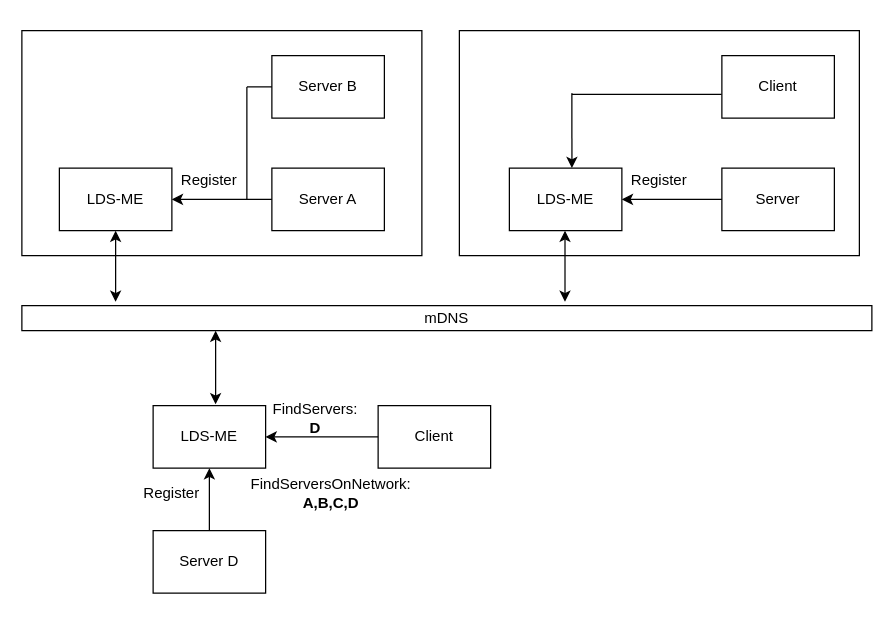
Above: SingleMulticastSubnet.drawio in RakshanPremsagar/Thesis (draw.io), before the change. Source tidied: cells renumbered, new cells numbered last; positions are measured from the earlier drawing's top-left corner, leaving out a move shared by most shapes. Both pictures are drawn from the tidied source at 125%, with x=0, y=0 at pixel (21, 30).
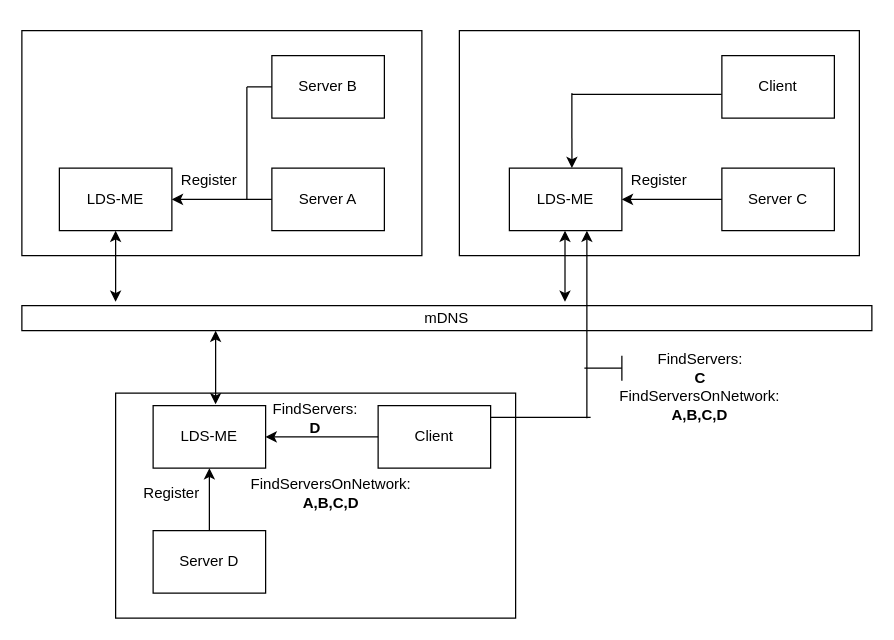
After the change.

Change to the diagram source:
```diff
@@
+    <mxCell id="32" style="rounded=0;whiteSpace=wrap;html=1;" parent="1" vertex="1">
+      <mxGeometry x="75" y="290" width="320" height="180" as="geometry" />
+    </mxCell>
@@
-    <mxCell id="9" value="Server" style="rounded=0;whiteSpace=wrap;html=1;" parent="1" vertex="1">
+    <mxCell id="9" value="Server C" style="rounded=0;whiteSpace=wrap;html=1;" parent="1" vertex="1">
       <mxGeometry x="560" y="110" width="90" height="50" as="geometry" />
     </mxCell>
@@
+    <mxCell id="33" style="endArrow=classic;html=1;" parent="1" edge="1">
+      <mxGeometry relative="1" as="geometry">
+        <mxPoint x="452" y="310" as="sourcePoint" />
+        <mxPoint x="452" y="160" as="targetPoint" />
+      </mxGeometry>
+    </mxCell>
+    <mxCell id="34" style="endArrow=none;html=1;" parent="1" edge="1">
+      <mxGeometry relative="1" as="geometry">
+        <mxPoint x="375" y="309.4" as="sourcePoint" />
+        <mxPoint x="455" y="309.4" as="targetPoint" />
+      </mxGeometry>
+    </mxCell>
+    <mxCell id="35" value="FindServers: &lt;b&gt;C&lt;/b&gt;" style="text;html=1;strokeColor=none;fillColor=none;align=center;verticalAlign=middle;whiteSpace=wrap;rounded=0;" parent="1" vertex="1">
+      <mxGeometry x="517.5" y="260" width="50" height="20" as="geometry" />
+    </mxCell>
+    <mxCell id="36" value="FindServersOnNetwork:&lt;br&gt;&lt;b&gt;A,B,C,D&lt;/b&gt;" style="text;html=1;strokeColor=none;fillColor=none;align=center;verticalAlign=middle;whiteSpace=wrap;rounded=0;" parent="1" vertex="1">
+      <mxGeometry x="470" y="290" width="145" height="20" as="geometry" />
+    </mxCell>
+    <mxCell id="37" style="endArrow=none;html=1;" parent="1" edge="1">
+      <mxGeometry relative="1" as="geometry">
+        <mxPoint x="450" y="270" as="sourcePoint" />
+        <mxPoint x="480" y="270" as="targetPoint" />
+      </mxGeometry>
+    </mxCell>
+    <mxCell id="38" style="endArrow=none;html=1;" parent="1" edge="1">
+      <mxGeometry relative="1" as="geometry">
+        <mxPoint x="480" y="280" as="sourcePoint" />
+        <mxPoint x="480" y="260" as="targetPoint" />
+      </mxGeometry>
+    </mxCell>
```
